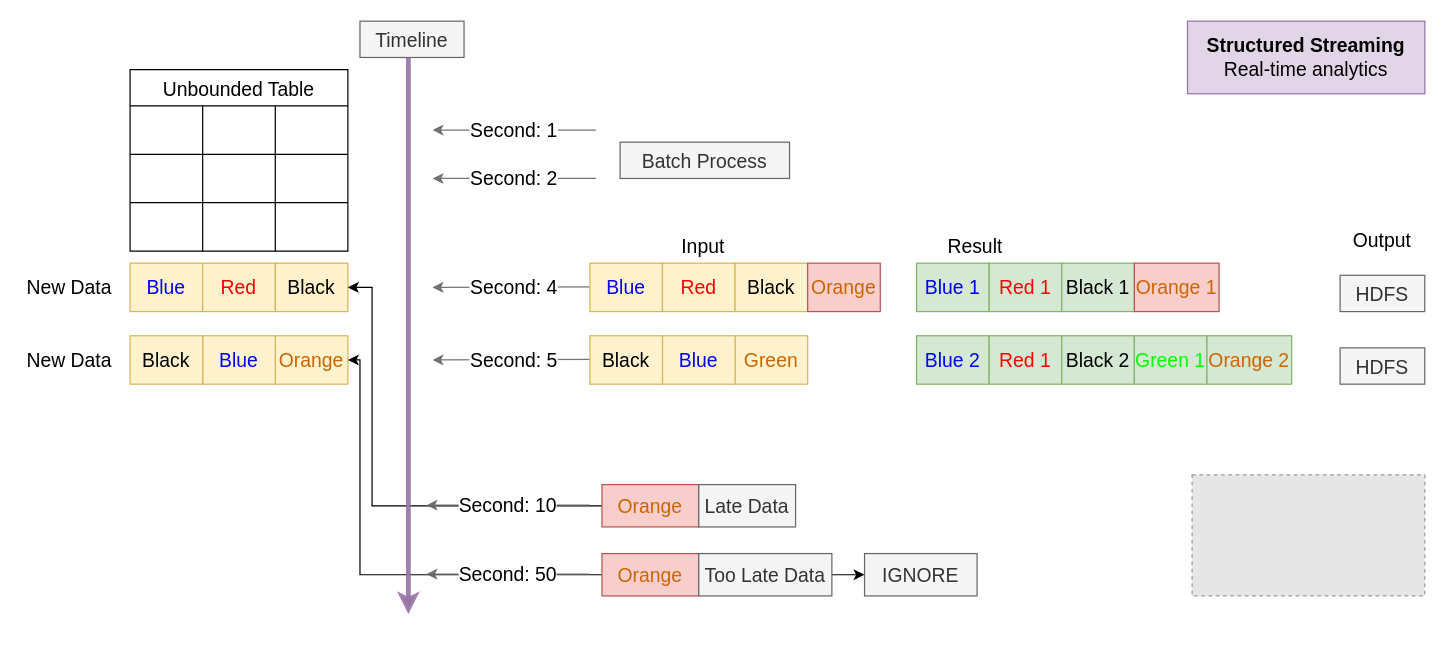
vladislabv/stream-processing keeps this draw.io diagram as content/presentation/draw.io/Slide-ApacheSpark-StructuredStreaming.drawio. Above is the earlier version. Source tidied: cells renumbered, new cells numbered last; positions are measured from the earlier drawing's top-left corner, leaving out a move shared by most shapes. Both pictures are drawn from the tidied source at 121%, with x=0, y=0 at pixel (21, 21). Pictures stored in the file or linked from it are replaced by grey dashed boxes.
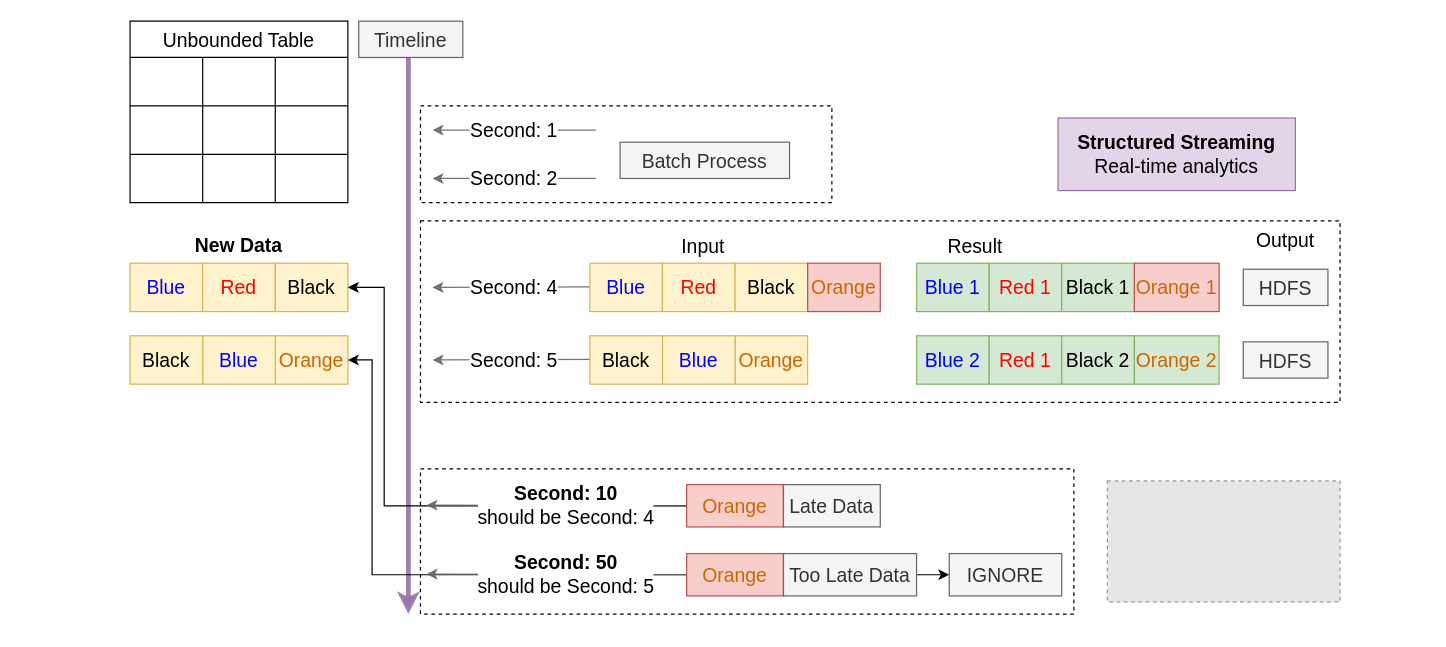
Above is the later version.

Unchanged cells that the change refers to:
```xml
<mxCell id="19" value="&lt;font style=&quot;font-size: 16px;&quot;&gt;Black&lt;/font&gt;" style="rounded=0;whiteSpace=wrap;html=1;fillColor=#fff2cc;strokeColor=#d6b656;" parent="1" vertex="1">
  <mxGeometry x="210" y="200" width="60" height="40" as="geometry" />
</mxCell>
<mxCell id="20" value="&lt;font color=&quot;#cc6600&quot; style=&quot;font-size: 16px;&quot;&gt;Orange&lt;/font&gt;" style="rounded=0;whiteSpace=wrap;html=1;fillColor=#fff2cc;strokeColor=#d6b656;" parent="1" vertex="1">
  <mxGeometry x="210" y="260" width="60" height="40" as="geometry" />
</mxCell>
```

Change to the diagram source:
```diff
@@
+    <mxCell id="60" style="endArrow=classic;html=1;rounded=0;fillColor=#e1d5e7;strokeColor=#9673a6;strokeWidth=4;opacity=90;shadow=0;" parent="1" edge="1">
+      <mxGeometry relative="1" as="geometry">
+        <mxPoint x="320" y="30" as="sourcePoint" />
+        <mxPoint x="320" y="490" as="targetPoint" />
+      </mxGeometry>
+    </mxCell>
+    <mxCell id="63" style="rounded=0;whiteSpace=wrap;html=1;fillColor=none;dashed=1;" parent="1" vertex="1">
+      <mxGeometry x="330" y="370" width="540" height="120" as="geometry" />
+    </mxCell>
+    <mxCell id="64" style="rounded=0;whiteSpace=wrap;html=1;fillColor=none;dashed=1;" parent="1" vertex="1">
+      <mxGeometry x="330" y="165" width="760" height="150" as="geometry" />
+    </mxCell>
+    <mxCell id="65" style="rounded=0;whiteSpace=wrap;html=1;fillColor=none;dashed=1;" parent="1" vertex="1">
+      <mxGeometry x="330" y="70" width="340" height="80" as="geometry" />
+    </mxCell>
     <mxCell id="2" style="fillColor=#E6E6E6;strokeColor=#999999;dashed=1;verticalLabelPosition=bottom;labelBackgroundColor=default;verticalAlign=top;" parent="1" vertex="1">
-      <mxGeometry x="967.7" y="375" width="192.3" height="100" as="geometry" />
+      <mxGeometry x="897.7" y="380" width="192.3" height="100" as="geometry" />
     </mxCell>
     <mxCell id="3" value="&lt;font style=&quot;font-size: 16px;&quot;&gt;&lt;b&gt;Structured Streaming&lt;br&gt;&lt;/b&gt;Real-time analytics&lt;/font&gt;" style="rounded=0;whiteSpace=wrap;html=1;fillColor=#e1d5e7;strokeColor=#9673a6;" parent="1" vertex="1">
-      <mxGeometry x="963.9" width="196.2" height="60" as="geometry" />
+      <mxGeometry x="856.9" y="80" width="196.2" height="60" as="geometry" />
     </mxCell>
     <mxCell id="4" value="Unbounded Table" style="shape=table;startSize=30;childLayout=tableLayout;strokeColor=default;fontSize=16;" parent="1" vertex="1">
-      <mxGeometry x="90" y="40" width="180" height="150" as="geometry" />
+      <mxGeometry x="90" width="180" height="150" as="geometry" />
     </mxCell>
@@
-    <mxCell id="23" value="&lt;font style=&quot;font-size: 16px;&quot;&gt;New Data&lt;/font&gt;" style="text;html=1;strokeColor=none;fillColor=none;align=center;verticalAlign=middle;whiteSpace=wrap;rounded=0;" parent="1" vertex="1">
-      <mxGeometry y="205" width="80" height="30" as="geometry" />
+    <mxCell id="23" value="&lt;font style=&quot;font-size: 16px;&quot;&gt;&lt;b&gt;New Data&lt;/b&gt;&lt;/font&gt;" style="text;html=1;strokeColor=none;fillColor=none;align=center;verticalAlign=middle;whiteSpace=wrap;rounded=0;" parent="1" vertex="1">
+      <mxGeometry x="140" y="170" width="80" height="30" as="geometry" />
     </mxCell>
-    <mxCell id="24" value="&lt;font style=&quot;font-size: 16px;&quot;&gt;New Data&lt;/font&gt;" style="text;html=1;strokeColor=none;fillColor=none;align=center;verticalAlign=middle;whiteSpace=wrap;rounded=0;" parent="1" vertex="1">
-      <mxGeometry y="265" width="80" height="30" as="geometry" />
-    </mxCell>
@@
     <mxCell id="31" value="&lt;font style=&quot;font-size: 16px;&quot;&gt;Output&lt;/font&gt;" style="text;strokeColor=none;fillColor=none;spacingLeft=4;spacingRight=4;overflow=hidden;fontSize=12;whiteSpace=wrap;html=1;" parent="1" vertex="1">
-      <mxGeometry x="1095" y="165" width="60" height="30" as="geometry" />
+      <mxGeometry x="1015" y="165" width="60" height="30" as="geometry" />
     </mxCell>
@@
-    <mxCell id="35" value="&lt;font color=&quot;#cc6600&quot; style=&quot;font-size: 16px;&quot;&gt;Green&lt;/font&gt;" style="rounded=0;whiteSpace=wrap;html=1;fillColor=#fff2cc;strokeColor=#d6b656;" parent="1" vertex="1">
+    <mxCell id="35" value="&lt;font color=&quot;#cc6600&quot; style=&quot;font-size: 16px;&quot;&gt;Orange&lt;/font&gt;" style="rounded=0;whiteSpace=wrap;html=1;fillColor=#fff2cc;strokeColor=#d6b656;" parent="1" vertex="1">
       <mxGeometry x="590" y="260" width="60" height="40" as="geometry" />
     </mxCell>
@@
-    <mxCell id="45" value="&lt;font color=&quot;#00ff00&quot; style=&quot;font-size: 16px;&quot;&gt;Green 1&lt;/font&gt;" style="rounded=0;whiteSpace=wrap;html=1;fillColor=#d5e8d4;strokeColor=#82b366;" parent="1" vertex="1">
-      <mxGeometry x="920" y="260" width="60" height="40" as="geometry" />
-    </mxCell>
     <mxCell id="46" value="&lt;span style=&quot;font-size: 16px;&quot;&gt;HDFS&lt;/span&gt;" style="text;strokeColor=#666666;fillColor=#f5f5f5;spacingLeft=4;spacingRight=4;overflow=hidden;fontSize=12;whiteSpace=wrap;html=1;fontColor=#333333;align=center;" parent="1" vertex="1">
-      <mxGeometry x="1090" y="270" width="70" height="30" as="geometry" />
+      <mxGeometry x="1010" y="265" width="70" height="30" as="geometry" />
     </mxCell>
     <mxCell id="47" value="&lt;span style=&quot;font-size: 16px;&quot;&gt;HDFS&lt;/span&gt;" style="text;strokeColor=#666666;fillColor=#f5f5f5;spacingLeft=4;spacingRight=4;overflow=hidden;fontSize=12;whiteSpace=wrap;html=1;fontColor=#333333;align=center;" parent="1" vertex="1">
-      <mxGeometry x="1090" y="210" width="70" height="30" as="geometry" />
+      <mxGeometry x="1010" y="205" width="70" height="30" as="geometry" />
     </mxCell>
-    <mxCell id="48" style="edgeStyle=orthogonalEdgeStyle;rounded=0;jettySize=auto;html=1;entryX=1;entryY=0.5;entryDx=0;entryDy=0;exitX=0;exitY=0.5;exitDx=0;exitDy=0;" parent="1" edge="1" source="49" target="19">
+    <mxCell id="48" style="edgeStyle=orthogonalEdgeStyle;rounded=0;jettySize=auto;html=1;entryX=1;entryY=0.5;entryDx=0;entryDy=0;" parent="1" edge="1" source="49" target="19">
       <mxGeometry relative="1" as="geometry">
         <Array as="points">
-          <mxPoint x="480" y="400" />
-          <mxPoint x="290" y="400" />
-          <mxPoint x="290" y="220" />
+          <mxPoint x="300" y="401" />
+          <mxPoint x="300" y="220" />
         </Array>
       </mxGeometry>
     </mxCell>
     <mxCell id="49" value="&lt;span style=&quot;font-size: 16px;&quot;&gt;&lt;font color=&quot;#cc6600&quot;&gt;Orange&lt;/font&gt;&lt;/span&gt;" style="rounded=0;whiteSpace=wrap;html=1;fillColor=#f8cecc;strokeColor=#b85450;" parent="1" vertex="1">
-      <mxGeometry x="480" y="383" width="80" height="35" as="geometry" />
+      <mxGeometry x="550" y="383" width="80" height="35" as="geometry" />
     </mxCell>
     <mxCell id="50" value="&lt;font style=&quot;font-size: 16px;&quot;&gt;Late Data&lt;/font&gt;" style="rounded=0;whiteSpace=wrap;html=1;fillColor=#f5f5f5;fontColor=#333333;strokeColor=#666666;" parent="1" vertex="1">
-      <mxGeometry x="560" y="383" width="80" height="35" as="geometry" />
+      <mxGeometry x="630" y="383" width="80" height="35" as="geometry" />
     </mxCell>
@@
-    <mxCell id="53" value="&lt;font style=&quot;font-size: 16px;&quot;&gt;Second: 10&lt;/font&gt;" style="endArrow=classic;html=1;rounded=0;fillColor=#f5f5f5;strokeColor=#666666;strokeWidth=1;opacity=90;shadow=0;gradientColor=none;" parent="1" edge="1">
-      <mxGeometry relative="1" as="geometry">
-        <mxPoint x="470" y="400" as="sourcePoint" />
+    <mxCell id="53" value="&lt;font style=&quot;font-size: 16px;&quot;&gt;&lt;b&gt;Second: 10&lt;/b&gt;&lt;br&gt;should be Second: 4&lt;br&gt;&lt;/font&gt;" style="endArrow=classic;html=1;rounded=0;fillColor=#f5f5f5;strokeColor=#666666;strokeWidth=1;opacity=90;shadow=0;gradientColor=none;exitX=0;exitY=0.5;exitDx=0;exitDy=0;" parent="1" edge="1" source="49">
+      <mxGeometry x="-0.07" relative="1" as="geometry">
         <mxPoint x="335" y="400" as="targetPoint" />
       </mxGeometry>
     </mxCell>
     <mxCell id="54" value="&lt;font color=&quot;#cc6600&quot; style=&quot;font-size: 16px;&quot;&gt;Orange 2&lt;/font&gt;" style="rounded=0;whiteSpace=wrap;html=1;fillColor=#d5e8d4;strokeColor=#82b366;" parent="1" vertex="1">
-      <mxGeometry x="980" y="260" width="70" height="40" as="geometry" />
+      <mxGeometry x="920" y="260" width="70" height="40" as="geometry" />
     </mxCell>
     <mxCell id="55" style="edgeStyle=orthogonalEdgeStyle;rounded=0;jettySize=auto;html=1;entryX=1;entryY=0.5;entryDx=0;entryDy=0;" parent="1" edge="1" source="56" target="20">
       <mxGeometry relative="1" as="geometry">
         <Array as="points">
-          <mxPoint x="280" y="458" />
-          <mxPoint x="280" y="280" />
+          <mxPoint x="290" y="458" />
+          <mxPoint x="290" y="280" />
         </Array>
       </mxGeometry>
     </mxCell>
     <mxCell id="56" value="&lt;span style=&quot;font-size: 16px;&quot;&gt;&lt;font color=&quot;#cc6600&quot;&gt;Orange&lt;/font&gt;&lt;/span&gt;" style="rounded=0;whiteSpace=wrap;html=1;fillColor=#f8cecc;strokeColor=#b85450;" parent="1" vertex="1">
-      <mxGeometry x="480" y="440" width="80" height="35" as="geometry" />
+      <mxGeometry x="550" y="440" width="80" height="35" as="geometry" />
     </mxCell>
@@
     <mxCell id="58" value="&lt;font style=&quot;font-size: 16px;&quot;&gt;Too Late Data&lt;/font&gt;" style="rounded=0;whiteSpace=wrap;html=1;fillColor=#f5f5f5;fontColor=#333333;strokeColor=#666666;" parent="1" vertex="1">
-      <mxGeometry x="560" y="440" width="110" height="35" as="geometry" />
+      <mxGeometry x="630" y="440" width="110" height="35" as="geometry" />
     </mxCell>
     <mxCell id="59" value="&lt;span style=&quot;font-size: 16px;&quot;&gt;Timeline&lt;/span&gt;" style="text;strokeColor=#666666;fillColor=#f5f5f5;spacingLeft=4;spacingRight=4;overflow=hidden;fontSize=12;whiteSpace=wrap;html=1;fontColor=#333333;align=center;" parent="1" vertex="1">
-      <mxGeometry x="280" width="86" height="30" as="geometry" />
+      <mxGeometry x="279" width="86" height="30" as="geometry" />
     </mxCell>
-    <mxCell id="60" style="endArrow=classic;html=1;rounded=0;fillColor=#e1d5e7;strokeColor=#9673a6;strokeWidth=4;opacity=90;shadow=0;" parent="1" edge="1">
-      <mxGeometry relative="1" as="geometry">
-        <mxPoint x="320" y="30" as="sourcePoint" />
-        <mxPoint x="320" y="490" as="targetPoint" />
-      </mxGeometry>
-    </mxCell>
-    <mxCell id="61" value="&lt;font style=&quot;font-size: 16px;&quot;&gt;Second: 50&lt;br&gt;&lt;/font&gt;" style="endArrow=classic;html=1;rounded=0;fillColor=#f5f5f5;strokeColor=#666666;strokeWidth=1;opacity=90;shadow=0;gradientColor=none;" parent="1" edge="1">
-      <mxGeometry relative="1" as="geometry">
-        <mxPoint x="470" y="457" as="sourcePoint" />
+    <mxCell id="61" value="&lt;font style=&quot;font-size: 16px;&quot;&gt;&lt;b&gt;Second: 50&lt;/b&gt;&lt;br&gt;should be Second: 5&lt;br&gt;&lt;/font&gt;" style="endArrow=classic;html=1;rounded=0;fillColor=#f5f5f5;strokeColor=#666666;strokeWidth=1;opacity=90;shadow=0;gradientColor=none;exitX=0;exitY=0.5;exitDx=0;exitDy=0;" parent="1" edge="1" source="56">
+      <mxGeometry x="-0.07" relative="1" as="geometry">
         <mxPoint x="335" y="457" as="targetPoint" />
       </mxGeometry>
     </mxCell>
     <mxCell id="62" value="&lt;font style=&quot;font-size: 16px;&quot;&gt;IGNORE&lt;/font&gt;" style="rounded=0;whiteSpace=wrap;html=1;fillColor=#f5f5f5;fontColor=#333333;strokeColor=#666666;" parent="1" vertex="1">
-      <mxGeometry x="697" y="440" width="93" height="35" as="geometry" />
+      <mxGeometry x="767" y="440" width="93" height="35" as="geometry" />
     </mxCell>
```
